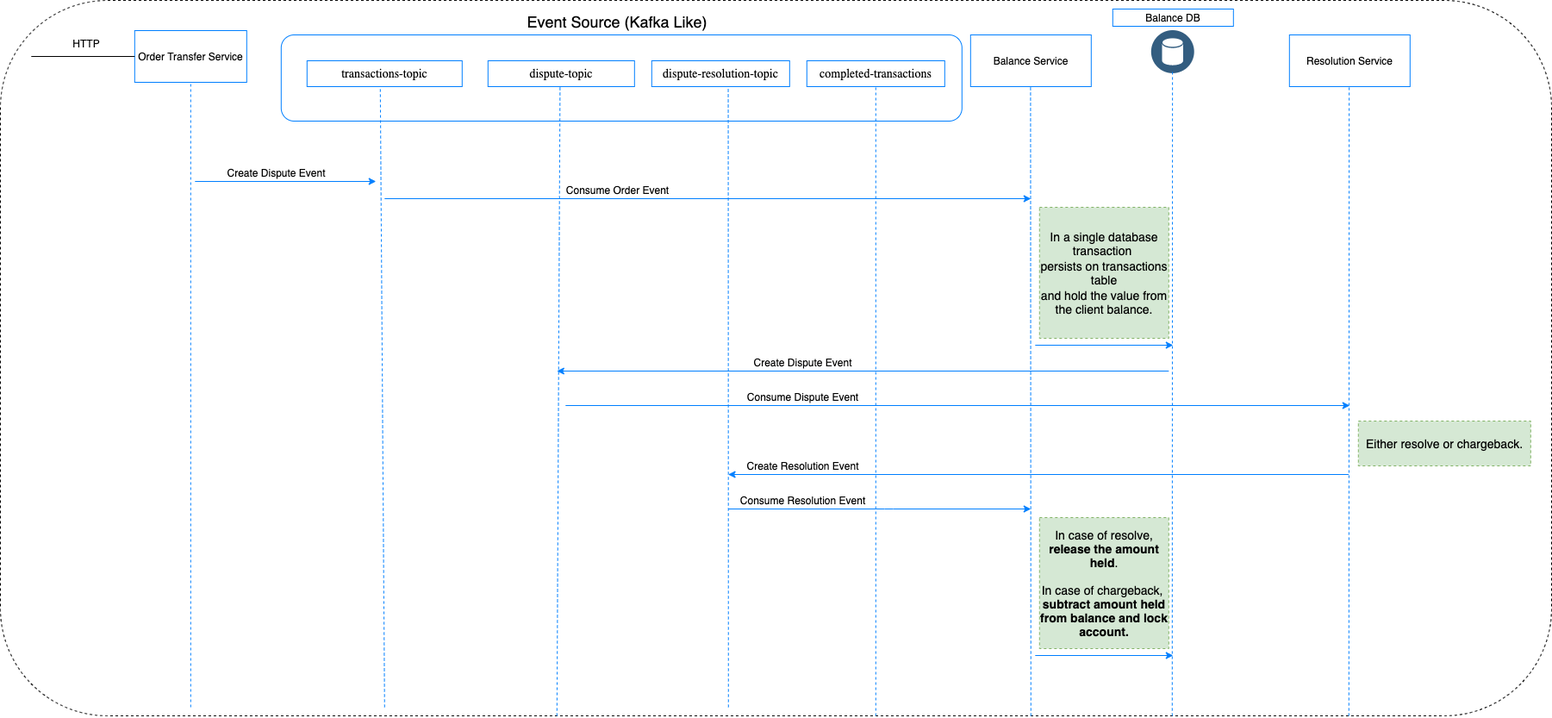
petrusbatalha/rust-toy-finance keeps this draw.io diagram as architecture/dispute-resolution.png. Above is the earlier version. Source tidied: cells renumbered, new cells last; positions are measured from the earlier drawing's top-left corner, leaving out a move shared by most shapes. Its diagram source:
```xml
<mxGraphModel>
  <root>
    <mxCell id="0" />
    <mxCell id="1" parent="0" />
    <mxCell id="2" style="rounded=1;whiteSpace=wrap;html=1;dashed=1;" parent="1" vertex="1">
      <mxGeometry width="1800" height="830" as="geometry" />
    </mxCell>
    <mxCell id="3" style="group;" parent="1" vertex="1">
      <mxGeometry x="30" y="10" width="1745.8" height="820" as="geometry" />
    </mxCell>
    <mxCell id="4" value="Order Transfer Service" style="rounded=0;whiteSpace=wrap;html=1;fillColor=none;strokeColor=#007FFF;" parent="3" vertex="1">
      <mxGeometry x="125.8" y="25" width="130" height="60" as="geometry" />
    </mxCell>
    <mxCell id="5" value="Balance Service" style="rounded=0;whiteSpace=wrap;html=1;fillColor=none;strokeColor=#007FFF;" parent="3" vertex="1">
      <mxGeometry x="1095.8" y="30" width="140" height="60" as="geometry" />
    </mxCell>
    <mxCell id="6" style="group;" parent="3" vertex="1">
      <mxGeometry x="295.8" y="30" width="830" height="100" as="geometry" />
    </mxCell>
    <mxCell id="7" style="rounded=1;whiteSpace=wrap;html=1;strokeColor=#007FFF;fillColor=none;" parent="6" vertex="1">
      <mxGeometry width="790" height="100" as="geometry" />
    </mxCell>
    <mxCell id="8" value="&lt;div style=&quot;text-align: left&quot;&gt;&lt;span style=&quot;font-size: 14px&quot;&gt;&lt;font face=&quot;calibri&quot;&gt;transactions-topic&lt;/font&gt;&lt;/span&gt;&lt;/div&gt;" style="rounded=0;whiteSpace=wrap;html=1;fillColor=none;strokeColor=#007FFF;" parent="6" vertex="1">
      <mxGeometry x="30" y="30" width="180" height="30" as="geometry" />
    </mxCell>
    <mxCell id="9" value="&lt;div style=&quot;text-align: left&quot;&gt;&lt;span style=&quot;font-size: 14px&quot;&gt;&lt;font face=&quot;calibri&quot;&gt;dispute-topic&lt;/font&gt;&lt;/span&gt;&lt;/div&gt;" style="rounded=0;whiteSpace=wrap;html=1;fillColor=none;strokeColor=#007FFF;" parent="6" vertex="1">
      <mxGeometry x="240" y="30" width="170" height="30" as="geometry" />
    </mxCell>
    <mxCell id="10" value="&lt;div style=&quot;text-align: left&quot;&gt;&lt;span style=&quot;font-size: 14px&quot;&gt;&lt;font face=&quot;calibri&quot;&gt;dispute-resolution-topic&lt;/font&gt;&lt;/span&gt;&lt;/div&gt;" style="rounded=0;whiteSpace=wrap;html=1;fillColor=none;strokeColor=#007FFF;" parent="6" vertex="1">
      <mxGeometry x="430" y="30" width="160" height="30" as="geometry" />
    </mxCell>
    <mxCell id="11" value="&lt;div style=&quot;text-align: left&quot;&gt;&lt;font face=&quot;calibri&quot;&gt;&lt;span style=&quot;font-size: 14px&quot;&gt;completed-transactions&lt;/span&gt;&lt;/font&gt;&lt;/div&gt;" style="rounded=0;whiteSpace=wrap;html=1;fillColor=none;strokeColor=#007FFF;" parent="6" vertex="1">
      <mxGeometry x="610" y="30" width="160" height="30" as="geometry" />
    </mxCell>
    <mxCell id="12" style="edgeStyle=orthogonalEdgeStyle;rounded=0;orthogonalLoop=1;jettySize=auto;html=1;exitX=0.5;exitY=1;exitDx=0;exitDy=0;" parent="6" edge="1" source="10" target="10">
      <mxGeometry relative="1" as="geometry" />
    </mxCell>
    <mxCell id="13" style="endArrow=none;html=1;entryX=0.5;entryY=1;entryDx=0;entryDy=0;strokeColor=#007FFF;dashed=1;" parent="3" edge="1" target="4">
      <mxGeometry x="-24.2" y="-40" as="geometry">
        <mxPoint x="190.8" y="810" as="sourcePoint" />
      </mxGeometry>
    </mxCell>
    <mxCell id="14" style="endArrow=none;html=1;entryX=0;entryY=0.5;entryDx=0;entryDy=0;" parent="3" edge="1" target="4">
      <mxGeometry x="-24.2" y="-40" as="geometry">
        <mxPoint x="5.8" y="55" as="sourcePoint" />
      </mxGeometry>
    </mxCell>
    <mxCell id="15" style="endArrow=none;html=1;entryX=0.5;entryY=1;entryDx=0;entryDy=0;strokeColor=#007FFF;dashed=1;" parent="3" edge="1">
      <mxGeometry x="-24.2" y="-40" as="geometry">
        <mxPoint x="415.8" y="810" as="sourcePoint" />
        <mxPoint x="410.8" y="90" as="targetPoint" />
      </mxGeometry>
    </mxCell>
    <mxCell id="16" style="endArrow=none;html=1;entryX=0.5;entryY=1;entryDx=0;entryDy=0;strokeColor=#007FFF;dashed=1;" parent="3" edge="1">
      <mxGeometry x="-36.4" y="-40" as="geometry">
        <mxPoint x="814.8" y="810" as="sourcePoint" />
        <mxPoint x="814.6" y="90" as="targetPoint" />
      </mxGeometry>
    </mxCell>
    <mxCell id="17" style="endArrow=none;html=1;entryX=0.5;entryY=1;entryDx=0;entryDy=0;strokeColor=#007FFF;dashed=1;" parent="3" edge="1">
      <mxGeometry x="-23.9" y="-60" as="geometry">
        <mxPoint x="1165.8" y="820" as="sourcePoint" />
        <mxPoint x="1165.4" y="90" as="targetPoint" />
      </mxGeometry>
    </mxCell>
    <mxCell id="18" style="endArrow=classic;html=1;strokeColor=#007FFF;" parent="3" edge="1">
      <mxGeometry x="-24.2" y="-40" as="geometry">
        <mxPoint x="195.8" y="200" as="sourcePoint" />
        <mxPoint x="405.8" y="200" as="targetPoint" />
      </mxGeometry>
    </mxCell>
    <mxCell id="19" value="Create Dispute Event" style="text;html=1;align=center;verticalAlign=middle;" parent="3" vertex="1">
      <mxGeometry x="224.7" y="180" width="130" height="20" as="geometry" />
    </mxCell>
    <mxCell id="20" style="endArrow=classic;html=1;strokeColor=#007FFF;" parent="3" edge="1">
      <mxGeometry x="-24.2" y="-40" as="geometry">
        <mxPoint x="415.8" y="220" as="sourcePoint" />
        <mxPoint x="1165.8" y="220" as="targetPoint" />
      </mxGeometry>
    </mxCell>
    <mxCell id="21" style="endArrow=none;html=1;entryX=0.5;entryY=1;entryDx=0;entryDy=0;strokeColor=#007FFF;dashed=1;" parent="3" edge="1">
      <mxGeometry x="-39.2" y="-40" as="geometry">
        <mxPoint x="985.8" y="820" as="sourcePoint" />
        <mxPoint x="985.8" y="90" as="targetPoint" />
      </mxGeometry>
    </mxCell>
    <mxCell id="22" value="HTTP" style="text;html=1;strokeColor=none;fillColor=none;align=center;verticalAlign=middle;whiteSpace=wrap;rounded=0;" parent="3" vertex="1">
      <mxGeometry x="50" y="30" width="40" height="20" as="geometry" />
    </mxCell>
    <mxCell id="23" style="perimeter=ellipsePerimeter;html=1;align=center;shadow=0;dashed=0;fontColor=#4277BB;labelBackgroundColor=#ffffff;fontSize=12;spacingTop=3;image;image=img/lib/ibm/data/data_services.svg;strokeColor=#007FFF;fillColor=#000000;" parent="3" vertex="1">
      <mxGeometry x="1305.8" y="25" width="50" height="50" as="geometry" />
    </mxCell>
    <mxCell id="24" value="Resolution Service" style="rounded=0;whiteSpace=wrap;html=1;fillColor=none;strokeColor=#007FFF;" parent="3" vertex="1">
      <mxGeometry x="1465.8" y="30" width="140" height="60" as="geometry" />
    </mxCell>
    <mxCell id="25" style="endArrow=none;html=1;entryX=0.5;entryY=1;entryDx=0;entryDy=0;strokeColor=#007FFF;dashed=1;" parent="3" edge="1">
      <mxGeometry x="345.8" y="-60" as="geometry">
        <mxPoint x="1534.8" y="820" as="sourcePoint" />
        <mxPoint x="1535.1" y="90" as="targetPoint" />
      </mxGeometry>
    </mxCell>
    <mxCell id="26" value="Balance DB" style="rounded=0;whiteSpace=wrap;html=1;fillColor=none;strokeColor=#007FFF;" parent="3" vertex="1">
      <mxGeometry x="1260.8" width="140" height="20" as="geometry" />
    </mxCell>
    <mxCell id="27" value="&lt;font style=&quot;font-size: 18px&quot;&gt;Event Source (Kafka Like)&lt;/font&gt;" style="text;html=1;strokeColor=none;fillColor=none;align=center;verticalAlign=middle;whiteSpace=wrap;rounded=0;" parent="3" vertex="1">
      <mxGeometry x="557.1" width="257.5" height="30" as="geometry" />
    </mxCell>
    <mxCell id="28" style="endArrow=none;html=1;entryX=0.5;entryY=1;entryDx=0;entryDy=0;strokeColor=#007FFF;dashed=1;" parent="3" edge="1">
      <mxGeometry x="140.8" y="-80" as="geometry">
        <mxPoint x="1329.8" y="820" as="sourcePoint" />
        <mxPoint x="1330.1" y="70" as="targetPoint" />
      </mxGeometry>
    </mxCell>
    <mxCell id="29" style="endArrow=classic;html=1;strokeColor=#007FFF;" parent="3" edge="1">
      <mxGeometry x="730.8" y="130" as="geometry">
        <mxPoint x="1170.8" y="390" as="sourcePoint" />
        <mxPoint x="1330.8" y="390" as="targetPoint" />
      </mxGeometry>
    </mxCell>
    <mxCell id="30" value="Consume Order Event" style="text;html=1;align=center;verticalAlign=middle;" parent="3" vertex="1">
      <mxGeometry x="620.8" y="200" width="130" height="20" as="geometry" />
    </mxCell>
    <mxCell id="31" value="&lt;span style=&quot;font-size: 14px&quot;&gt;In a single database transaction&amp;nbsp;&lt;/span&gt;&lt;br style=&quot;font-size: 14px&quot;&gt;&lt;span style=&quot;font-size: 14px&quot;&gt;persists on transactions table&lt;/span&gt;&lt;br style=&quot;font-size: 14px&quot;&gt;&lt;span style=&quot;font-size: 14px&quot;&gt;and hold the value from the client balance.&lt;br&gt;&lt;/span&gt;" style="rounded=0;whiteSpace=wrap;html=1;fillColor=#d5e8d4;strokeColor=#82b366;dashed=1;" parent="3" vertex="1">
      <mxGeometry x="1175.8" y="230" width="150" height="152" as="geometry" />
    </mxCell>
    <mxCell id="32" style="endArrow=classic;html=1;strokeColor=#007FFF;" parent="3" edge="1">
      <mxGeometry x="615.8" y="280" as="geometry">
        <mxPoint x="1325.8" y="420" as="sourcePoint" />
        <mxPoint x="615.8" y="420" as="targetPoint" />
      </mxGeometry>
    </mxCell>
    <mxCell id="33" style="endArrow=classic;html=1;strokeColor=#007FFF;" parent="3" edge="1">
      <mxGeometry x="275.8" y="320" as="geometry">
        <mxPoint x="625.8" y="460" as="sourcePoint" />
        <mxPoint x="1535.8" y="460" as="targetPoint" />
      </mxGeometry>
    </mxCell>
    <mxCell id="34" style="endArrow=none;html=1;entryX=0.5;entryY=1;entryDx=0;entryDy=0;strokeColor=#007FFF;dashed=1;" parent="3" edge="1">
      <mxGeometry x="-231.6" y="-40" as="geometry">
        <mxPoint x="615.8" y="820" as="sourcePoint" />
        <mxPoint x="619.4" y="90" as="targetPoint" />
      </mxGeometry>
    </mxCell>
    <mxCell id="35" value="Create Dispute Event" style="text;html=1;align=center;verticalAlign=middle;" parent="3" vertex="1">
      <mxGeometry x="835.8" y="400" width="130" height="20" as="geometry" />
    </mxCell>
    <mxCell id="36" value="Consume Dispute Event" style="text;html=1;align=center;verticalAlign=middle;" parent="3" vertex="1">
      <mxGeometry x="830.8" y="440" width="140" height="20" as="geometry" />
    </mxCell>
    <mxCell id="37" style="endArrow=classic;html=1;strokeColor=#007FFF;" parent="3" edge="1">
      <mxGeometry x="980.8" y="360" as="geometry">
        <mxPoint x="1685.8" y="500" as="sourcePoint" />
        <mxPoint x="1685.8" y="500" as="targetPoint" />
      </mxGeometry>
    </mxCell>
    <mxCell id="38" value="&lt;span style=&quot;font-size: 14px&quot;&gt;Either resolve or chargeback.&lt;br&gt;&lt;/span&gt;" style="rounded=0;whiteSpace=wrap;html=1;fillColor=#d5e8d4;strokeColor=#82b366;dashed=1;" parent="3" vertex="1">
      <mxGeometry x="1545.8" y="478" width="200" height="52" as="geometry" />
    </mxCell>
    <mxCell id="39" style="endArrow=classic;html=1;strokeColor=#007FFF;" parent="3" edge="1">
      <mxGeometry x="294.6" y="670" as="geometry">
        <mxPoint x="1534.6" y="540" as="sourcePoint" />
        <mxPoint x="814.6" y="540" as="targetPoint" />
      </mxGeometry>
    </mxCell>
    <mxCell id="40" value="Create Resolution Event" style="text;html=1;align=center;verticalAlign=middle;" parent="3" vertex="1">
      <mxGeometry x="825.8" y="520" width="150" height="20" as="geometry" />
    </mxCell>
    <mxCell id="41" style="endArrow=classic;html=1;strokeColor=#007FFF;" parent="3" edge="1">
      <mxGeometry x="-425.4" y="730" as="geometry">
        <mxPoint x="814.8" y="580" as="sourcePoint" />
        <mxPoint x="1165.8" y="580" as="targetPoint" />
        <Array as="points">
          <mxPoint x="995.8" y="580" />
        </Array>
      </mxGeometry>
    </mxCell>
    <mxCell id="42" value="Consume Resolution Event" style="text;html=1;align=center;verticalAlign=middle;" parent="3" vertex="1">
      <mxGeometry x="820.8" y="560" width="160" height="20" as="geometry" />
    </mxCell>
    <mxCell id="43" value="&lt;span style=&quot;font-size: 14px&quot;&gt;&lt;br&gt;In case of resolve, &lt;b&gt;release the amount held&lt;/b&gt;.&lt;br&gt;&lt;br&gt;In case of chargeback,&amp;nbsp;&lt;br&gt;&lt;b&gt;subtract amount held from balance and lock account.&lt;/b&gt;&lt;br&gt;&lt;br&gt;&lt;/span&gt;" style="rounded=0;whiteSpace=wrap;html=1;fillColor=#d5e8d4;strokeColor=#82b366;dashed=1;" parent="3" vertex="1">
      <mxGeometry x="1175.8" y="590" width="150" height="152" as="geometry" />
    </mxCell>
    <mxCell id="44" style="endArrow=classic;html=1;strokeColor=#007FFF;" parent="3" edge="1">
      <mxGeometry x="730.8" y="490" as="geometry">
        <mxPoint x="1170.8" y="750" as="sourcePoint" />
        <mxPoint x="1330.8" y="750" as="targetPoint" />
      </mxGeometry>
    </mxCell>
  </root>
</mxGraphModel>
```
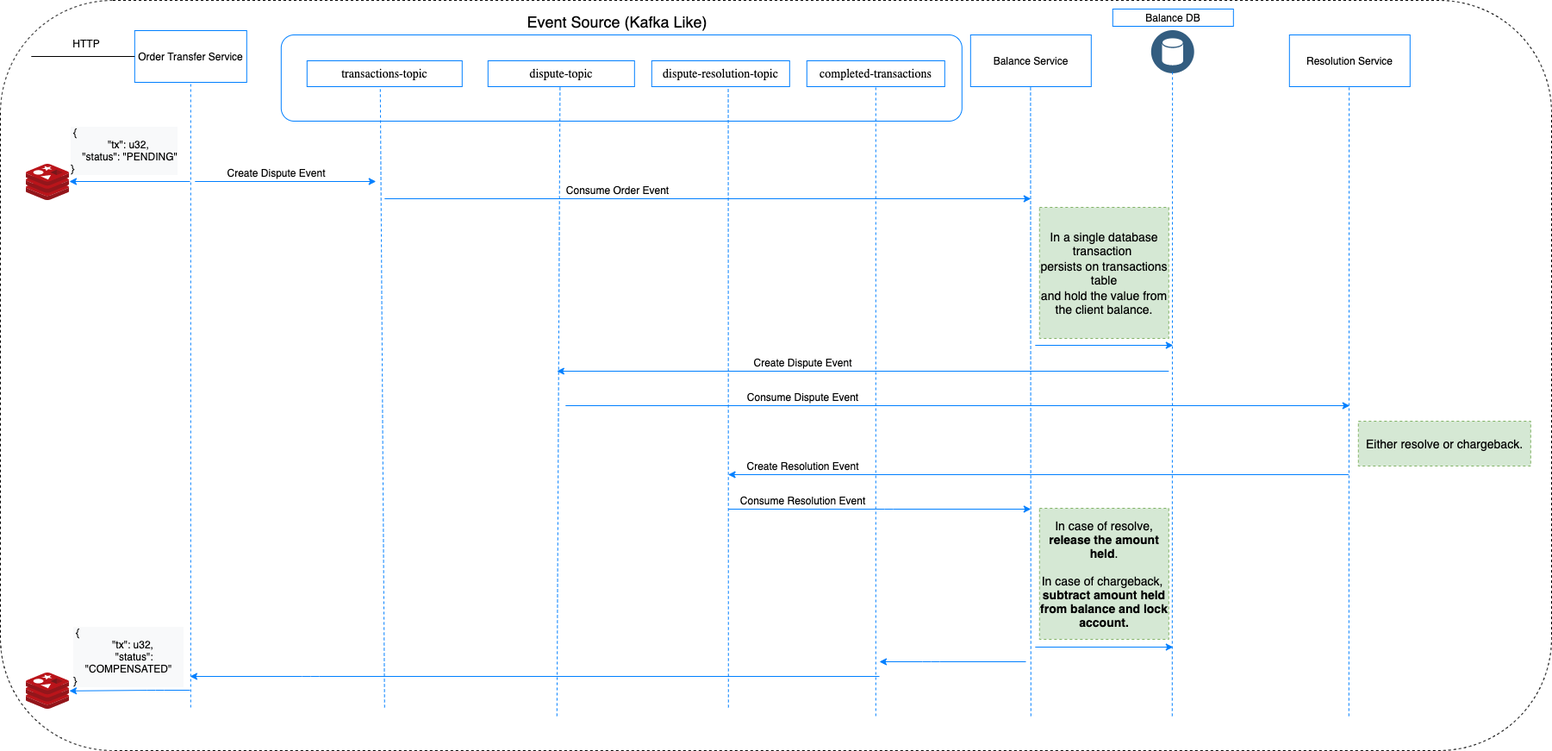
Above is the later version.

The edit, as a diff of the source:
```diff
@@ -3,7 +3,7 @@
     <mxCell id="0" />
     <mxCell id="1" parent="0" />
     <mxCell id="2" style="rounded=1;whiteSpace=wrap;html=1;dashed=1;" parent="1" vertex="1">
-      <mxGeometry width="1800" height="830" as="geometry" />
+      <mxGeometry width="1800" height="870" as="geometry" />
     </mxCell>
     <mxCell id="3" style="group;" parent="1" vertex="1">
       <mxGeometry x="30" y="10" width="1745.8" height="820" as="geometry" />
@@ -178,13 +178,57 @@
       <mxGeometry x="820.8" y="560" width="160" height="20" as="geometry" />
     </mxCell>
     <mxCell id="43" value="&lt;span style=&quot;font-size: 14px&quot;&gt;&lt;br&gt;In case of resolve, &lt;b&gt;release the amount held&lt;/b&gt;.&lt;br&gt;&lt;br&gt;In case of chargeback,&amp;nbsp;&lt;br&gt;&lt;b&gt;subtract amount held from balance and lock account.&lt;/b&gt;&lt;br&gt;&lt;br&gt;&lt;/span&gt;" style="rounded=0;whiteSpace=wrap;html=1;fillColor=#d5e8d4;strokeColor=#82b366;dashed=1;" parent="3" vertex="1">
-      <mxGeometry x="1175.8" y="590" width="150" height="152" as="geometry" />
+      <mxGeometry x="1175.8" y="579" width="150" height="152" as="geometry" />
     </mxCell>
     <mxCell id="44" style="endArrow=classic;html=1;strokeColor=#007FFF;" parent="3" edge="1">
-      <mxGeometry x="730.8" y="490" as="geometry">
-        <mxPoint x="1170.8" y="750" as="sourcePoint" />
-        <mxPoint x="1330.8" y="750" as="targetPoint" />
+      <mxGeometry x="730.8" y="480" as="geometry">
+        <mxPoint x="1170.8" y="740" as="sourcePoint" />
+        <mxPoint x="1330.8" y="740" as="targetPoint" />
       </mxGeometry>
     </mxCell>
+    <mxCell id="45" style="endArrow=classic;html=1;strokeColor=#007FFF;" parent="3" edge="1" target="47">
+      <mxGeometry x="3200.8" y="440" as="geometry">
+        <mxPoint x="190" y="790" as="sourcePoint" />
+        <Array as="points">
+          <mxPoint x="150" y="790" />
+        </Array>
+      </mxGeometry>
+    </mxCell>
+    <mxCell id="46" value="&lt;div style=&quot;font-family: &amp;#34;helvetica&amp;#34; ; font-style: normal ; font-weight: 400 ; letter-spacing: normal ; text-indent: 0px ; text-transform: none ; word-spacing: 0px ; background-color: rgb(248 , 249 , 250) ; text-align: left ; font-size: 12px&quot;&gt;&lt;font&gt;&amp;nbsp;{&lt;/font&gt;&lt;/div&gt;&lt;div style=&quot;font-family: &amp;#34;helvetica&amp;#34; ; font-style: normal ; font-weight: 400 ; letter-spacing: normal ; text-align: center ; text-indent: 0px ; text-transform: none ; word-spacing: 0px ; background-color: rgb(248 , 249 , 250) ; font-size: 12px&quot;&gt;&amp;nbsp; &amp;nbsp;&quot;tx&quot;: u32,&lt;/div&gt;&lt;div style=&quot;font-family: &amp;#34;helvetica&amp;#34; ; font-style: normal ; font-weight: 400 ; letter-spacing: normal ; text-align: center ; text-indent: 0px ; text-transform: none ; word-spacing: 0px ; background-color: rgb(248 , 249 , 250) ; font-size: 12px&quot;&gt;&amp;nbsp; &amp;nbsp; &quot;status&quot;: &quot;PENDING&quot;&lt;/div&gt;&lt;div style=&quot;font-family: &amp;#34;helvetica&amp;#34; ; font-style: normal ; font-weight: 400 ; letter-spacing: normal ; text-indent: 0px ; text-transform: none ; word-spacing: 0px ; background-color: rgb(248 , 249 , 250) ; font-size: 12px&quot;&gt;&lt;span&gt;}&lt;/span&gt;&lt;/div&gt;" style="text;whiteSpace=wrap;html=1;" parent="1" vertex="1">
+      <mxGeometry x="80" y="140" width="135.5" height="60" as="geometry" />
+    </mxCell>
+    <mxCell id="47" style="html=1;points=[];align=center;image;fontSize=12;image=img/lib/mscae/Cache_Redis_Product.svg;" parent="1" vertex="1">
+      <mxGeometry x="30" y="780" width="50" height="42" as="geometry" />
+    </mxCell>
+    <mxCell id="48" style="endArrow=classic;html=1;strokeColor=#007FFF;" parent="1" edge="1">
+      <mxGeometry x="-10" y="80" as="geometry">
+        <mxPoint x="220" y="210" as="sourcePoint" />
+        <mxPoint x="80" y="210" as="targetPoint" />
+      </mxGeometry>
+    </mxCell>
+    <mxCell id="49" style="endArrow=classic;html=1;strokeColor=#007FFF;" parent="1" edge="1">
+      <mxGeometry x="740.8" y="497" as="geometry">
+        <mxPoint x="1190" y="767" as="sourcePoint" />
+        <mxPoint x="1020" y="767" as="targetPoint" />
+        <Array as="points">
+          <mxPoint x="1080" y="767" />
+        </Array>
+      </mxGeometry>
+    </mxCell>
+    <mxCell id="50" style="endArrow=classic;html=1;strokeColor=#007FFF;" parent="1" edge="1">
+      <mxGeometry x="20.8" y="444" as="geometry">
+        <mxPoint x="1020" y="784" as="sourcePoint" />
+        <mxPoint x="220" y="784" as="targetPoint" />
+        <Array as="points">
+          <mxPoint x="360" y="784" />
+        </Array>
+      </mxGeometry>
+    </mxCell>
+    <mxCell id="51" style="html=1;align=center;image;fontSize=12;image=img/lib/mscae/Cache_Redis_Product.svg;" parent="1" vertex="1">
+      <mxGeometry x="30" y="190" width="50" height="42" as="geometry" />
+    </mxCell>
+    <mxCell id="52" value="&lt;div style=&quot;font-family: &amp;#34;helvetica&amp;#34; ; font-style: normal ; font-weight: 400 ; letter-spacing: normal ; text-indent: 0px ; text-transform: none ; word-spacing: 0px ; background-color: rgb(248 , 249 , 250) ; text-align: left ; font-size: 12px&quot;&gt;&lt;font&gt;&amp;nbsp;{&lt;/font&gt;&lt;/div&gt;&lt;div style=&quot;font-family: &amp;#34;helvetica&amp;#34; ; font-style: normal ; font-weight: 400 ; letter-spacing: normal ; text-align: center ; text-indent: 0px ; text-transform: none ; word-spacing: 0px ; background-color: rgb(248 , 249 , 250) ; font-size: 12px&quot;&gt;&amp;nbsp; &amp;nbsp;&quot;tx&quot;: u32,&lt;/div&gt;&lt;div style=&quot;font-family: &amp;#34;helvetica&amp;#34; ; font-style: normal ; font-weight: 400 ; letter-spacing: normal ; text-align: center ; text-indent: 0px ; text-transform: none ; word-spacing: 0px ; background-color: rgb(248 , 249 , 250) ; font-size: 12px&quot;&gt;&amp;nbsp; &amp;nbsp; &quot;status&quot;: &quot;COMPENSATED&quot;&lt;/div&gt;&lt;div style=&quot;font-family: &amp;#34;helvetica&amp;#34; ; font-style: normal ; font-weight: 400 ; letter-spacing: normal ; text-indent: 0px ; text-transform: none ; word-spacing: 0px ; background-color: rgb(248 , 249 , 250) ; font-size: 12px&quot;&gt;&lt;span&gt;}&lt;/span&gt;&lt;/div&gt;" style="text;whiteSpace=wrap;html=1;" parent="1" vertex="1">
+      <mxGeometry x="82.8" y="720" width="130" height="60" as="geometry" />
+    </mxCell>
   </root>
 </mxGraphModel>
```
